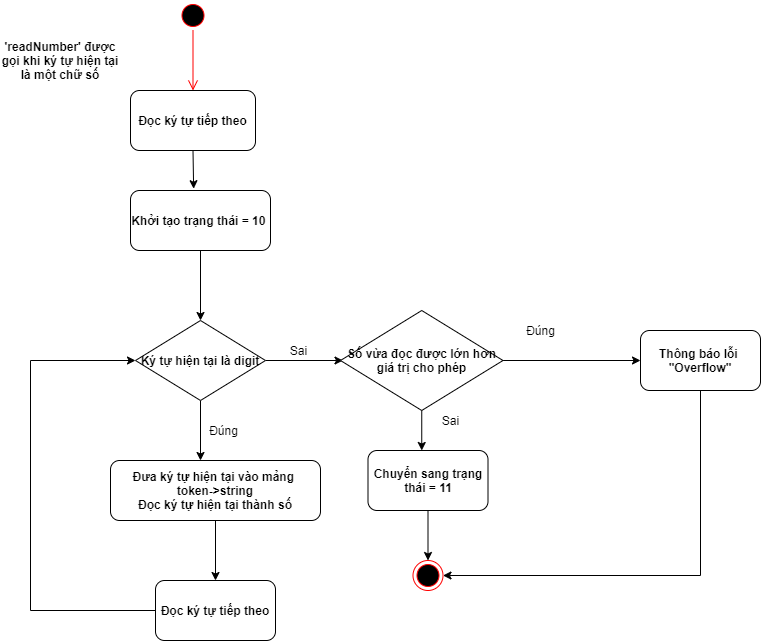
Before: block_diagrams/readNumber.png, a diagram exported from draw.io (CoderandGymnast/KPL-scanner). Source tidied: cells renumbered, new cells last; positions are measured from the earlier drawing's top-left corner, leaving out a move shared by most shapes.
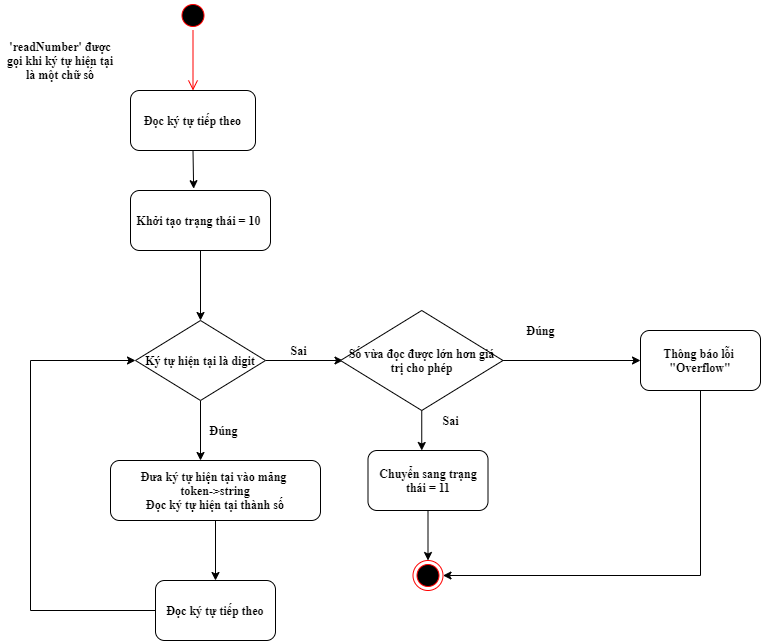
Later version of the same file.

Diff of the diagram source:
```diff
@@ -5,16 +5,16 @@
     <mxCell id="2" style="edgeStyle=orthogonalEdgeStyle;rounded=0;jettySize=auto;html=1;exitX=0.5;exitY=1;exitDx=0;exitDy=0;entryX=0.451;entryY=-0.03;entryDx=0;entryDy=0;entryPerimeter=0;" parent="1" edge="1" source="3" target="5">
       <mxGeometry relative="1" as="geometry" />
     </mxCell>
-    <mxCell id="3" value="&lt;b&gt;Đọc ký tự tiếp theo&lt;/b&gt;" style="rounded=1;whiteSpace=wrap;html=1;" parent="1" vertex="1">
+    <mxCell id="3" value="&lt;b&gt;&lt;font face=&quot;Times New Roman&quot;&gt;Đọc ký tự tiếp theo&lt;/font&gt;&lt;/b&gt;" style="rounded=1;whiteSpace=wrap;html=1;" parent="1" vertex="1">
       <mxGeometry x="130" y="90" width="125" height="60" as="geometry" />
     </mxCell>
     <mxCell id="4" style="edgeStyle=orthogonalEdgeStyle;rounded=0;jettySize=auto;html=1;exitX=0.5;exitY=1;exitDx=0;exitDy=0;entryX=0.5;entryY=0;entryDx=0;entryDy=0;" parent="1" edge="1" source="5" target="9">
       <mxGeometry relative="1" as="geometry" />
     </mxCell>
-    <mxCell id="5" value="&lt;b&gt;Khởi tạo trạng thái = 10&amp;nbsp;&lt;/b&gt;" style="rounded=1;whiteSpace=wrap;html=1;" parent="1" vertex="1">
+    <mxCell id="5" value="&lt;b&gt;&lt;font face=&quot;Times New Roman&quot;&gt;Khởi tạo trạng thái = 10&amp;nbsp;&lt;/font&gt;&lt;/b&gt;" style="rounded=1;whiteSpace=wrap;html=1;" parent="1" vertex="1">
       <mxGeometry x="130" y="190" width="140" height="60" as="geometry" />
     </mxCell>
-    <mxCell id="6" value="&lt;b&gt;'readNumber' được gọi khi ký tự hiện tại là một chữ số&lt;/b&gt;" style="text;html=1;strokeColor=none;fillColor=none;align=center;verticalAlign=middle;whiteSpace=wrap;rounded=0;" parent="1" vertex="1">
+    <mxCell id="6" value="&lt;b&gt;&lt;font face=&quot;Times New Roman&quot;&gt;'readNumber' được gọi khi ký tự hiện tại là một chữ số&lt;/font&gt;&lt;/b&gt;" style="text;html=1;strokeColor=none;fillColor=none;align=center;verticalAlign=middle;whiteSpace=wrap;rounded=0;" parent="1" vertex="1">
       <mxGeometry y="50" width="120" height="20" as="geometry" />
     </mxCell>
     <mxCell id="7" style="edgeStyle=orthogonalEdgeStyle;rounded=0;jettySize=auto;html=1;exitX=0.5;exitY=1;exitDx=0;exitDy=0;" parent="1" edge="1" source="9">
@@ -27,19 +27,19 @@
         <mxPoint x="342.5" y="360" as="targetPoint" />
       </mxGeometry>
     </mxCell>
-    <mxCell id="9" value="&lt;b&gt;Ký tự hiện tại là digit&lt;/b&gt;" style="rhombus;whiteSpace=wrap;html=1;" parent="1" vertex="1">
+    <mxCell id="9" value="&lt;b&gt;&lt;font face=&quot;Times New Roman&quot;&gt;Ký tự hiện tại là digit&lt;/font&gt;&lt;/b&gt;" style="rhombus;whiteSpace=wrap;html=1;" parent="1" vertex="1">
       <mxGeometry x="135" y="320" width="130" height="80" as="geometry" />
     </mxCell>
-    <mxCell id="10" value="Đúng" style="text;html=1;align=center;verticalAlign=middle;" parent="1" vertex="1">
+    <mxCell id="10" value="&lt;b&gt;&lt;font face=&quot;Times New Roman&quot;&gt;Đúng&lt;/font&gt;&lt;/b&gt;" style="text;html=1;align=center;verticalAlign=middle;" parent="1" vertex="1">
       <mxGeometry x="202.5" y="420" width="40" height="20" as="geometry" />
     </mxCell>
-    <mxCell id="11" value="Sai" style="text;html=1;align=center;verticalAlign=middle;" parent="1" vertex="1">
+    <mxCell id="11" value="&lt;b&gt;&lt;font face=&quot;Times New Roman&quot;&gt;Sai&lt;/font&gt;&lt;/b&gt;" style="text;html=1;align=center;verticalAlign=middle;" parent="1" vertex="1">
       <mxGeometry x="282.5" y="340" width="30" height="20" as="geometry" />
     </mxCell>
     <mxCell id="12" style="edgeStyle=orthogonalEdgeStyle;rounded=0;jettySize=auto;html=1;exitX=0.5;exitY=1;exitDx=0;exitDy=0;" parent="1" edge="1" source="13" target="15">
       <mxGeometry relative="1" as="geometry" />
     </mxCell>
-    <mxCell id="13" value="&lt;b&gt;Đưa ký tự hiện tại vào mảng &lt;br&gt;token-&amp;gt;string&lt;br&gt;Đọc ký tự hiện tại thành số&lt;/b&gt;" style="rounded=1;whiteSpace=wrap;html=1;" parent="1" vertex="1">
+    <mxCell id="13" value="&lt;b&gt;&lt;font face=&quot;Times New Roman&quot;&gt;Đưa ký tự hiện tại vào mảng &lt;br&gt;token-&amp;gt;string&lt;br&gt;Đọc ký tự hiện tại thành số&lt;/font&gt;&lt;/b&gt;" style="rounded=1;whiteSpace=wrap;html=1;" parent="1" vertex="1">
       <mxGeometry x="110" y="460" width="210" height="60" as="geometry" />
     </mxCell>
     <mxCell id="14" style="edgeStyle=orthogonalEdgeStyle;rounded=0;jettySize=auto;html=1;exitX=0;exitY=0.5;exitDx=0;exitDy=0;entryX=0;entryY=0.5;entryDx=0;entryDy=0;" parent="1" edge="1" source="15" target="9">
@@ -50,7 +50,7 @@
         </Array>
       </mxGeometry>
     </mxCell>
-    <mxCell id="15" value="&lt;b&gt;Đọc ký tự tiếp theo&lt;/b&gt;" style="rounded=1;whiteSpace=wrap;html=1;" parent="1" vertex="1">
+    <mxCell id="15" value="&lt;b&gt;&lt;font face=&quot;Times New Roman&quot;&gt;Đọc ký tự tiếp theo&lt;/font&gt;&lt;/b&gt;" style="rounded=1;whiteSpace=wrap;html=1;" parent="1" vertex="1">
       <mxGeometry x="155" y="580" width="120" height="60" as="geometry" />
     </mxCell>
     <mxCell id="16" style="edgeStyle=orthogonalEdgeStyle;rounded=0;jettySize=auto;html=1;exitX=1;exitY=0.5;exitDx=0;exitDy=0;entryX=0;entryY=0.5;entryDx=0;entryDy=0;" parent="1" edge="1" source="18" target="20">
@@ -61,19 +61,19 @@
         <mxPoint x="421.2" y="450" as="targetPoint" />
       </mxGeometry>
     </mxCell>
-    <mxCell id="18" value="&lt;b&gt;Số vừa đọc được lớn hơn giá trị cho phép&lt;/b&gt;" style="rhombus;whiteSpace=wrap;html=1;" parent="1" vertex="1">
+    <mxCell id="18" value="&lt;b&gt;&lt;font face=&quot;Times New Roman&quot;&gt;Số vừa đọc được lớn hơn giá trị cho phép&lt;/font&gt;&lt;/b&gt;" style="rhombus;whiteSpace=wrap;html=1;" parent="1" vertex="1">
       <mxGeometry x="340" y="310" width="162.5" height="100" as="geometry" />
     </mxCell>
     <mxCell id="19" style="edgeStyle=orthogonalEdgeStyle;rounded=0;jettySize=auto;html=1;exitX=0.5;exitY=1;exitDx=0;exitDy=0;entryX=1;entryY=0.5;entryDx=0;entryDy=0;" parent="1" edge="1" source="20" target="23">
       <mxGeometry relative="1" as="geometry" />
     </mxCell>
-    <mxCell id="20" value="&lt;b&gt;Thông báo lỗi&amp;nbsp;&lt;br&gt;&quot;Overflow&quot;&lt;/b&gt;" style="rounded=1;whiteSpace=wrap;html=1;" parent="1" vertex="1">
+    <mxCell id="20" value="&lt;b&gt;&lt;font face=&quot;Times New Roman&quot;&gt;Thông báo lỗi&amp;nbsp;&lt;br&gt;&quot;Overflow&quot;&lt;/font&gt;&lt;/b&gt;" style="rounded=1;whiteSpace=wrap;html=1;" parent="1" vertex="1">
       <mxGeometry x="640" y="330" width="120" height="60" as="geometry" />
     </mxCell>
     <mxCell id="21" style="edgeStyle=orthogonalEdgeStyle;rounded=0;jettySize=auto;html=1;exitX=0.5;exitY=1;exitDx=0;exitDy=0;entryX=0.5;entryY=0;entryDx=0;entryDy=0;" parent="1" edge="1" source="22" target="23">
       <mxGeometry relative="1" as="geometry" />
     </mxCell>
-    <mxCell id="22" value="&lt;b&gt;Chuyển sang trạng thái = 11&lt;/b&gt;" style="rounded=1;whiteSpace=wrap;html=1;" parent="1" vertex="1">
+    <mxCell id="22" value="&lt;b&gt;&lt;font face=&quot;Times New Roman&quot;&gt;Chuyển sang trạng thái = 11&lt;/font&gt;&lt;/b&gt;" style="rounded=1;whiteSpace=wrap;html=1;" parent="1" vertex="1">
       <mxGeometry x="367.5" y="450" width="120" height="60" as="geometry" />
     </mxCell>
     <mxCell id="23" style="ellipse;html=1;shape=endState;fillColor=#000000;strokeColor=#ff0000;" parent="1" vertex="1">
@@ -87,10 +87,10 @@
         <mxPoint x="192.5" y="90" as="targetPoint" />
       </mxGeometry>
     </mxCell>
-    <mxCell id="26" value="Đúng" style="text;html=1;align=center;verticalAlign=middle;" parent="1" vertex="1">
+    <mxCell id="26" value="&lt;b&gt;&lt;font face=&quot;Times New Roman&quot;&gt;Đúng&lt;/font&gt;&lt;/b&gt;" style="text;html=1;align=center;verticalAlign=middle;" parent="1" vertex="1">
       <mxGeometry x="520" y="320" width="40" height="20" as="geometry" />
     </mxCell>
-    <mxCell id="27" value="Sai&lt;br&gt;" style="text;html=1;align=center;verticalAlign=middle;" parent="1" vertex="1">
+    <mxCell id="27" value="&lt;b&gt;&lt;font face=&quot;Times New Roman&quot;&gt;Sai&lt;/font&gt;&lt;/b&gt;" style="text;html=1;align=center;verticalAlign=middle;" parent="1" vertex="1">
       <mxGeometry x="435" y="410" width="30" height="20" as="geometry" />
     </mxCell>
   </root>
```
